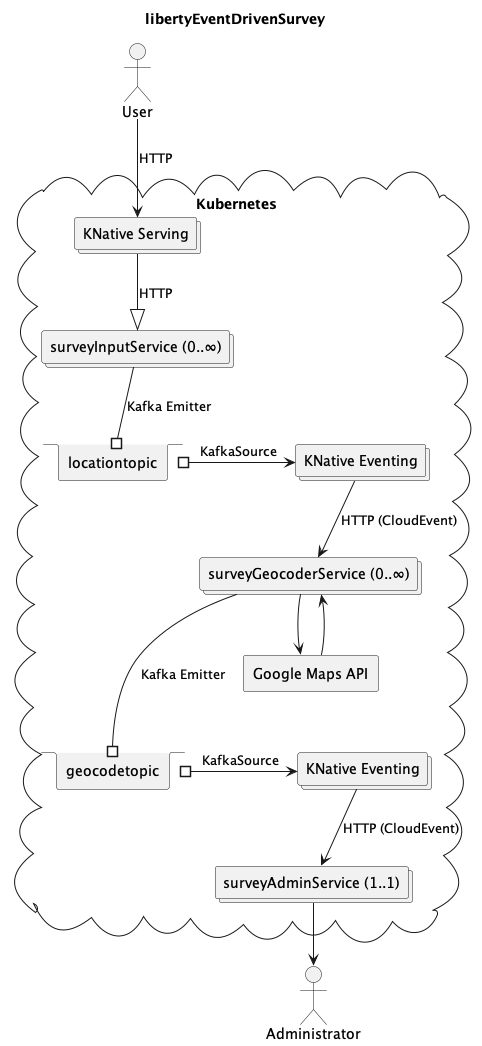
Earlier version of the PlantUML export doc/libertyEventDrivenSurvey-location.png (IBM/libertyEventDrivenSurvey).
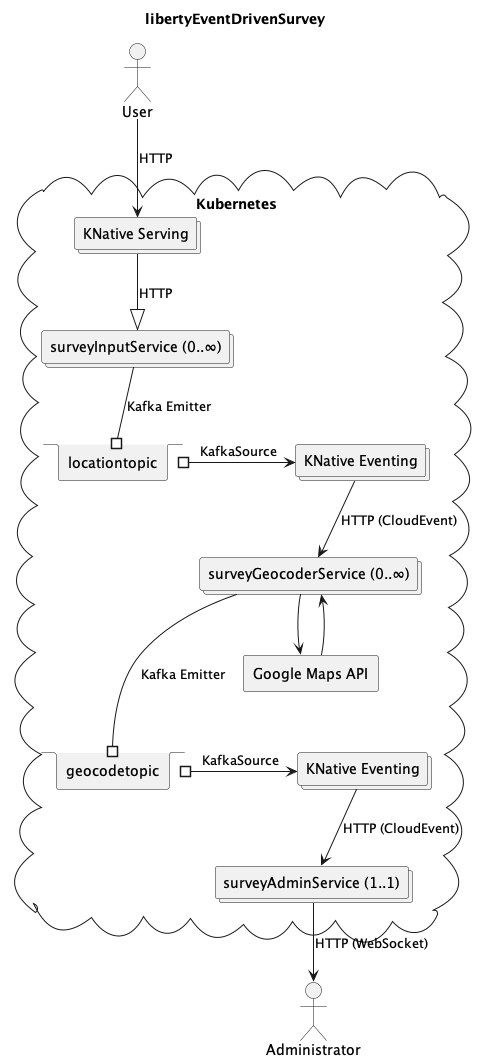
The same diagram one commit later.

Change to the diagram source:
```diff
@@ -31,6 +31,6 @@
 surveyGeocoderService ---# geocodetopic : Kafka Emitter
 geocodetopic #-> knativeServing3 : KafkaSource
 knativeServing3 --> surveyAdminService : HTTP (CloudEvent)
-surveyAdminService --> admin
+surveyAdminService --> admin : HTTP (WebSocket)
 
 @enduml
```
